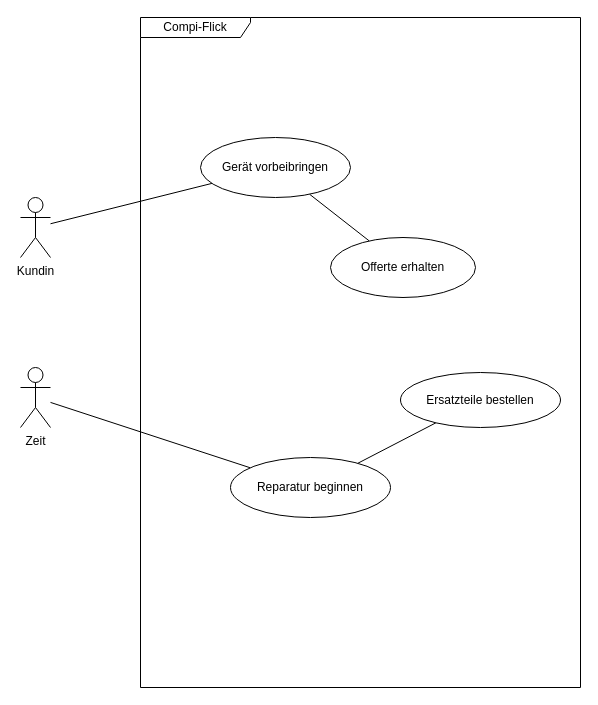
This is compi-flick-use-case.drawio from DamienFlury/m245, a draw.io file, before an edit. Source tidied: cells renumbered, new cells numbered last; positions are measured from the earlier drawing's top-left corner, leaving out a move shared by most shapes. Both pictures are drawn from the tidied source at 100%, with x=0, y=0 at pixel (20, 17).
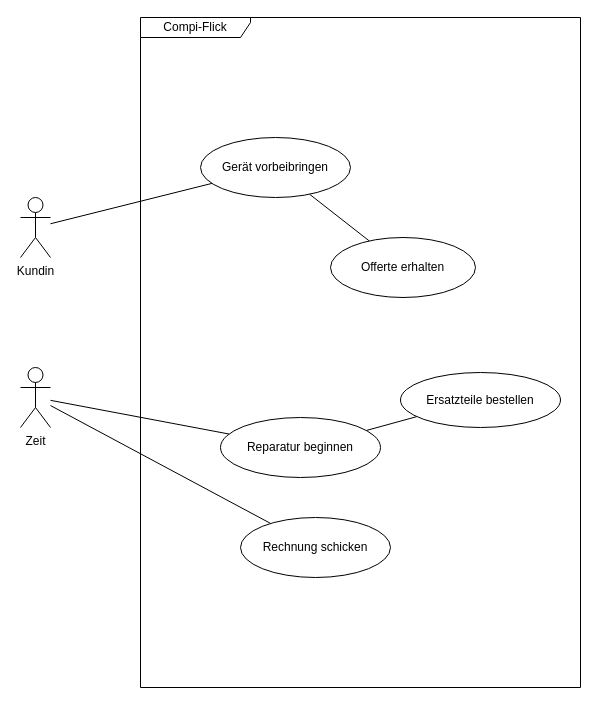
The same page after the edit.

Change to the diagram source:
```diff
@@
 <mxGraphModel>
   <root>
     <mxCell id="0" />
     <mxCell id="1" parent="0" />
     <mxCell id="2" value="Compi-Flick" style="shape=umlFrame;whiteSpace=wrap;html=1;width=110;height=20;" parent="1" vertex="1">
       <mxGeometry x="120" width="440" height="670" as="geometry" />
     </mxCell>
     <mxCell id="3" style="rounded=0;jettySize=auto;html=1;endArrow=none;endFill=0;" parent="1" edge="1" source="4" target="5">
       <mxGeometry relative="1" as="geometry" />
     </mxCell>
     <mxCell id="4" value="Gerät vorbeibringen" style="ellipse;whiteSpace=wrap;html=1;" parent="1" vertex="1">
       <mxGeometry x="180" y="120" width="150" height="60" as="geometry" />
     </mxCell>
     <mxCell id="5" value="Offerte erhalten" style="ellipse;whiteSpace=wrap;html=1;" parent="1" vertex="1">
       <mxGeometry x="310" y="220" width="145" height="60" as="geometry" />
     </mxCell>
     <mxCell id="6" style="edgeStyle=none;rounded=0;jettySize=auto;html=1;endArrow=none;endFill=0;" parent="1" edge="1" source="7" target="4">
       <mxGeometry relative="1" as="geometry" />
     </mxCell>
     <mxCell id="7" value="Kundin" style="shape=umlActor;verticalLabelPosition=bottom;verticalAlign=top;html=1;outlineConnect=0;" parent="1" vertex="1">
       <mxGeometry y="180" width="30" height="60" as="geometry" />
     </mxCell>
     <mxCell id="8" style="edgeStyle=none;rounded=0;jettySize=auto;html=1;endArrow=none;endFill=0;" parent="1" edge="1" source="9" target="11">
       <mxGeometry relative="1" as="geometry" />
     </mxCell>
+    <mxCell id="13" style="edgeStyle=none;rounded=0;jettySize=auto;html=1;endArrow=none;endFill=0;" parent="1" edge="1" source="9" target="14">
+      <mxGeometry relative="1" as="geometry" />
+    </mxCell>
     <mxCell id="9" value="Zeit" style="shape=umlActor;verticalLabelPosition=bottom;verticalAlign=top;html=1;outlineConnect=0;" parent="1" vertex="1">
       <mxGeometry y="350" width="30" height="60" as="geometry" />
     </mxCell>
     <mxCell id="10" style="edgeStyle=none;rounded=0;jettySize=auto;html=1;endArrow=none;endFill=0;" parent="1" edge="1" source="11" target="12">
       <mxGeometry relative="1" as="geometry" />
     </mxCell>
     <mxCell id="11" value="Reparatur beginnen" style="ellipse;whiteSpace=wrap;html=1;" parent="1" vertex="1">
-      <mxGeometry x="210" y="440" width="160" height="60" as="geometry" />
+      <mxGeometry x="200" y="400" width="160" height="60" as="geometry" />
     </mxCell>
     <mxCell id="12" value="Ersatzteile bestellen" style="ellipse;whiteSpace=wrap;html=1;" parent="1" vertex="1">
       <mxGeometry x="380" y="355" width="160" height="55" as="geometry" />
     </mxCell>
+    <mxCell id="14" value="Rechnung schicken" style="ellipse;whiteSpace=wrap;html=1;" parent="1" vertex="1">
+      <mxGeometry x="220" y="500" width="150" height="60" as="geometry" />
+    </mxCell>
   </root>
 </mxGraphModel>
```
